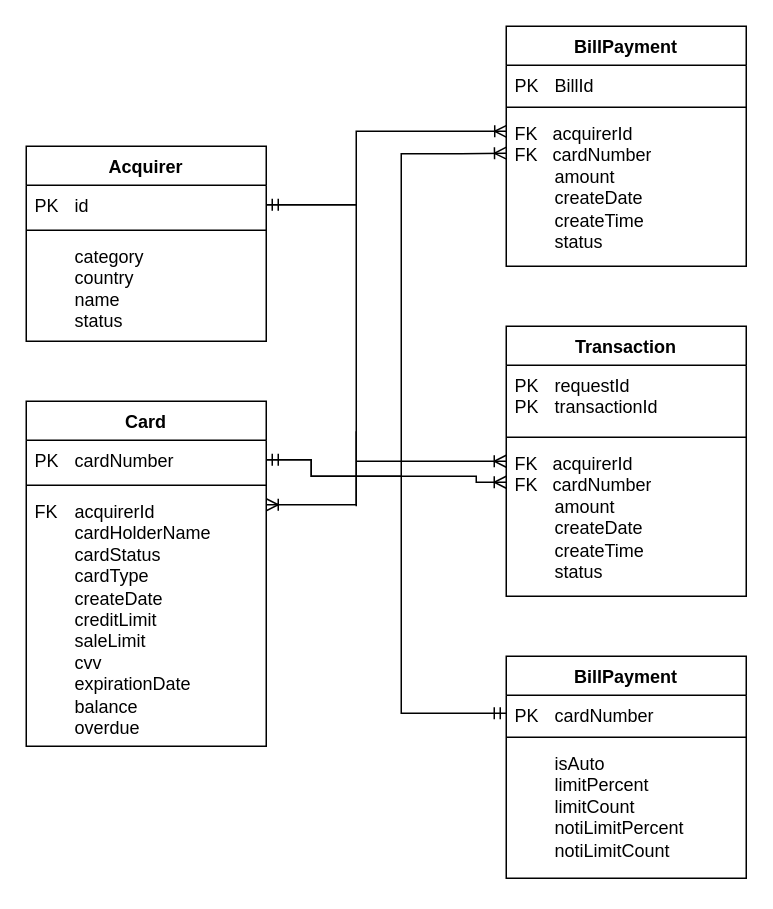
The draw.io diagram page "Page-14" (14 of 14) of usecase.drawio in jarawin/issuer-server, before the edit. Source tidied: cells renumbered, new cells numbered last; positions are measured from the earlier drawing's top-left corner, leaving out a move shared by most shapes. Both pictures are drawn from the tidied source at 150%, with x=0, y=0 at pixel (26, 26).
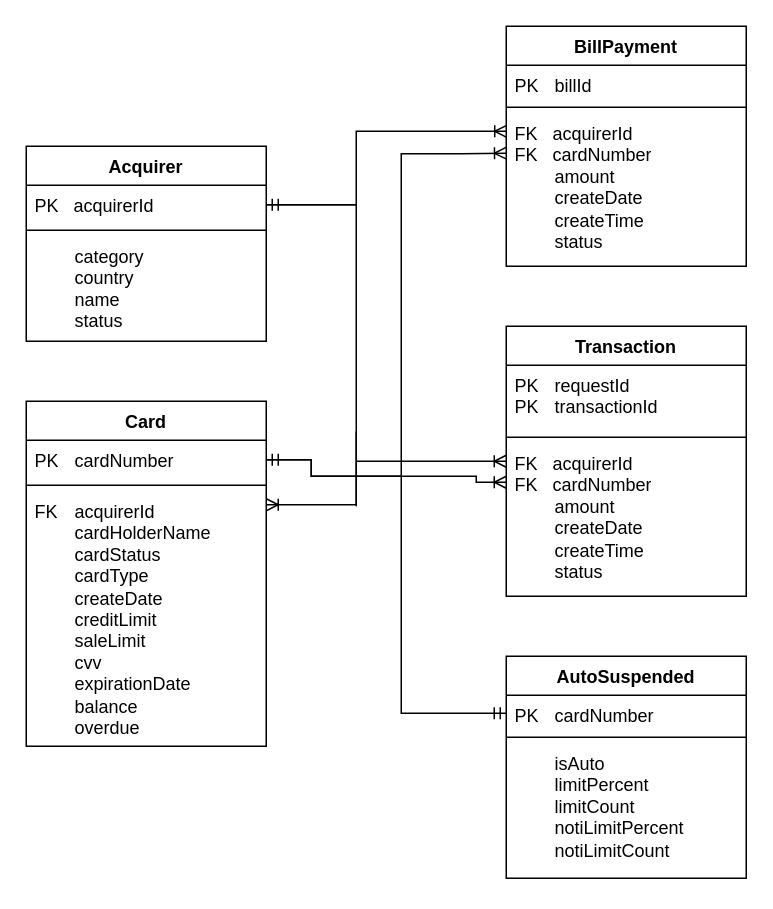
The same page after the edit.

Unchanged cells that the change refers to:
```xml
<mxCell id="6" value="Acquirer" style="swimlane;fontStyle=1;align=center;verticalAlign=top;horizontal=1;startSize=26;whiteSpace=wrap;html=1;" parent="1" vertex="1">
  <mxGeometry y="80" width="160" height="130" as="geometry" />
</mxCell>
<mxCell id="14" value="BillPayment" style="swimlane;fontStyle=1;align=center;verticalAlign=top;horizontal=1;startSize=26;whiteSpace=wrap;html=1;" parent="1" vertex="1">
  <mxGeometry x="320" width="160" height="160" as="geometry" />
</mxCell>
```

Change to the diagram source:
```diff
@@
-    <mxCell id="7" value="PK&lt;span style=&quot;white-space: pre;&quot;&gt;&#9;&lt;/span&gt;id" style="text;strokeColor=none;fillColor=none;align=left;verticalAlign=top;spacingLeft=4;spacingRight=4;overflow=hidden;points=[[0,0.5],[1,0.5]];portConstraint=eastwest;whiteSpace=wrap;html=1;" parent="6" vertex="1">
+    <mxCell id="7" value="PK&lt;span style=&quot;&quot;&gt;&lt;span style=&quot;white-space: pre;&quot;&gt;&amp;nbsp;&amp;nbsp;&amp;nbsp;&lt;/span&gt;&lt;/span&gt;acquirerId" style="text;strokeColor=none;fillColor=none;align=left;verticalAlign=top;spacingLeft=4;spacingRight=4;overflow=hidden;points=[[0,0.5],[1,0.5]];portConstraint=eastwest;whiteSpace=wrap;html=1;" parent="6" vertex="1">
       <mxGeometry y="26" width="160" height="26" as="geometry" />
     </mxCell>
@@
-    <mxCell id="15" value="PK&lt;span style=&quot;white-space: pre;&quot;&gt;&#9;&lt;/span&gt;BillId" style="text;strokeColor=none;fillColor=none;align=left;verticalAlign=top;spacingLeft=4;spacingRight=4;overflow=hidden;whiteSpace=wrap;html=1;" parent="14" vertex="1">
+    <mxCell id="15" value="PK&lt;span style=&quot;white-space: pre;&quot;&gt;&#9;&lt;/span&gt;billId" style="text;strokeColor=none;fillColor=none;align=left;verticalAlign=top;spacingLeft=4;spacingRight=4;overflow=hidden;whiteSpace=wrap;html=1;" parent="14" vertex="1">
       <mxGeometry y="26" width="160" height="24" as="geometry" />
     </mxCell>
@@
-    <mxCell id="18" value="BillPayment" style="swimlane;fontStyle=1;align=center;verticalAlign=top;horizontal=1;startSize=26;whiteSpace=wrap;html=1;" parent="1" vertex="1">
+    <mxCell id="18" value="AutoSuspended" style="swimlane;fontStyle=1;align=center;verticalAlign=top;horizontal=1;startSize=26;whiteSpace=wrap;html=1;" parent="1" vertex="1">
       <mxGeometry x="320" y="420" width="160" height="148" as="geometry" />
     </mxCell>
```
